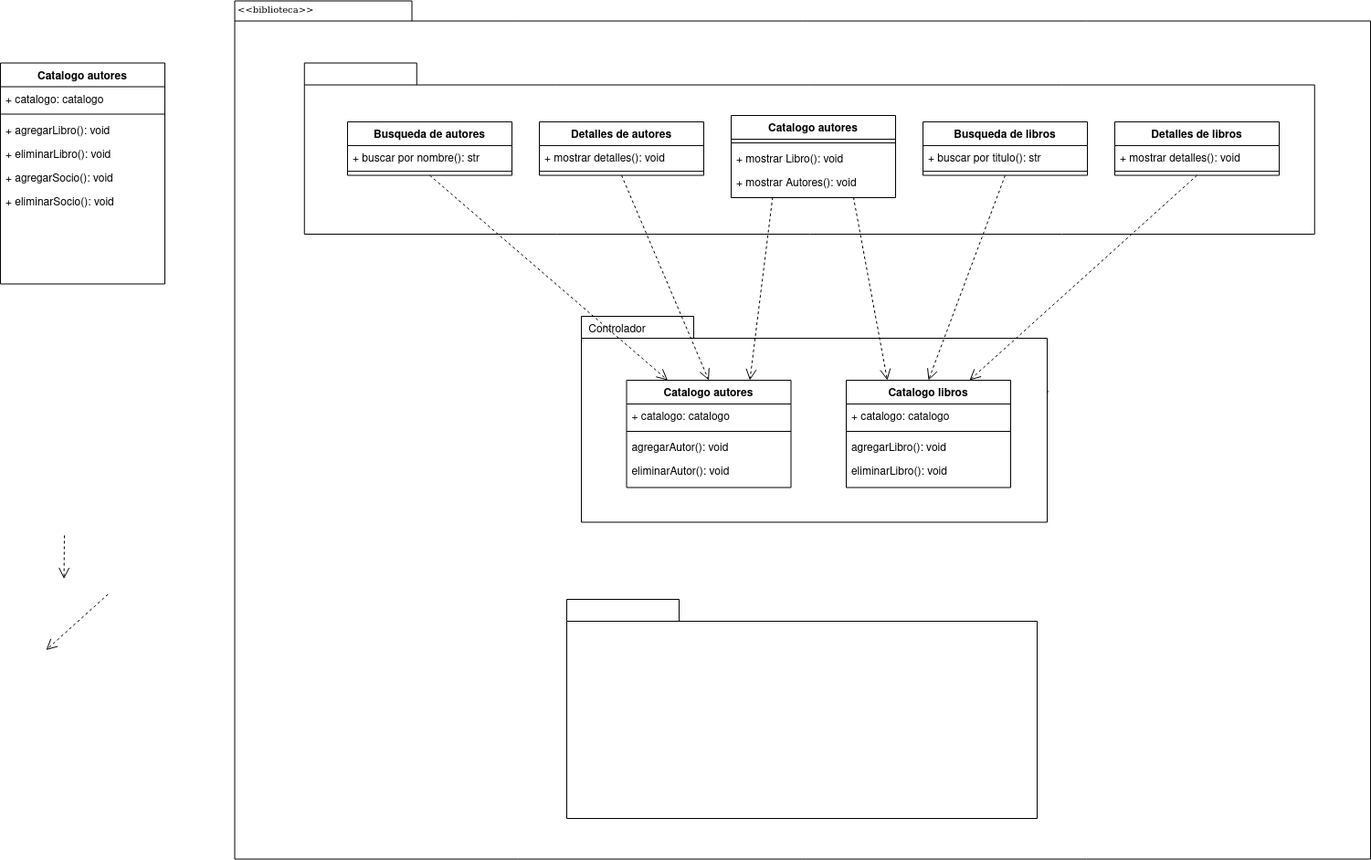
Chugani05/entorno_de_desarrollo keeps this draw.io diagram as diagramas/paquete/diagrama_paquete_gestion_biblioteca.png. Above is the earlier version. Source tidied: cells renumbered, new cells last; positions are measured from the earlier drawing's top-left corner, leaving out a move shared by most shapes.
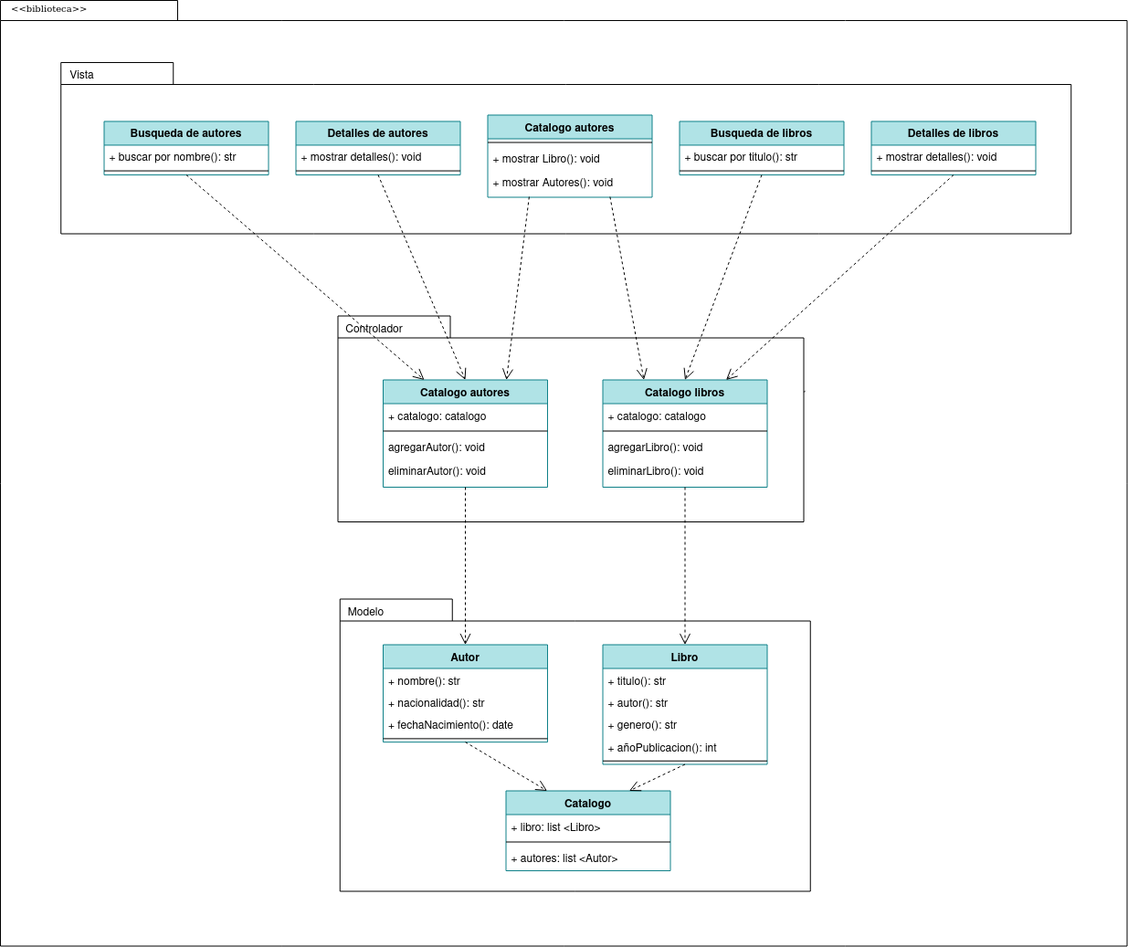
Later version of the same file.

Diff of the diagram source:
```diff
@@ -3,15 +3,15 @@
     <mxCell id="0" />
     <mxCell id="1" parent="0" />
     <mxCell id="2" style="shape=folder;fontStyle=1;spacingTop=10;tabWidth=194;tabHeight=22;tabPosition=left;html=1;rounded=0;shadow=0;comic=0;labelBackgroundColor=none;strokeWidth=1;fillColor=none;fontFamily=Verdana;fontSize=10;align=center;" parent="1" vertex="1">
-      <mxGeometry x="256.5" y="0.5" width="1243.5" height="940" as="geometry" />
+      <mxGeometry x="120" y="-34" width="1233.5" height="1035.5" as="geometry" />
     </mxCell>
-    <mxCell id="3" style="group;" parent="1" vertex="1">
-      <mxGeometry x="352.8" y="68.5" width="1086" height="187.5" as="geometry" />
+    <mxCell id="3" style="group;fillColor=none;" parent="1" vertex="1">
+      <mxGeometry x="206.2" y="34" width="1086" height="187.5" as="geometry" />
     </mxCell>
     <mxCell id="4" style="shape=folder;fontStyle=1;spacingTop=10;tabWidth=123;tabHeight=24;tabPosition=left;html=1;rounded=0;shadow=0;comic=0;labelBackgroundColor=none;strokeWidth=1;fontFamily=Verdana;fontSize=10;align=center;" parent="3" vertex="1">
       <mxGeometry x="-20" width="1106" height="187.5" as="geometry" />
     </mxCell>
-    <mxCell id="5" value="Busqueda de autores" style="swimlane;fontStyle=1;align=center;verticalAlign=top;horizontal=1;startSize=26;rounded=0;shadow=0;strokeWidth=1;" parent="3" vertex="1">
+    <mxCell id="5" value="Busqueda de autores" style="swimlane;fontStyle=1;align=center;verticalAlign=top;horizontal=1;startSize=26;rounded=0;shadow=0;strokeWidth=1;fillColor=#b0e3e6;strokeColor=#0e8088;" parent="3" vertex="1">
       <mxGeometry x="27.2" y="64.5" width="180" height="58.6" as="geometry" />
     </mxCell>
     <mxCell id="6" value="+ buscar por nombre(): str" style="text;align=left;verticalAlign=top;spacingLeft=4;spacingRight=4;overflow=hidden;" parent="5" vertex="1">
@@ -20,7 +20,7 @@
     <mxCell id="7" style="line;html=1;strokeWidth=1;align=left;verticalAlign=middle;spacingTop=-1;spacingLeft=3;spacingRight=3;labelPosition=right;" parent="5" vertex="1">
       <mxGeometry y="50.4" width="180" height="7.5" as="geometry" />
     </mxCell>
-    <mxCell id="8" value="Detalles de autores" style="swimlane;fontStyle=1;align=center;verticalAlign=top;horizontal=1;startSize=26;rounded=0;shadow=0;strokeWidth=1;" parent="3" vertex="1">
+    <mxCell id="8" value="Detalles de autores" style="swimlane;fontStyle=1;align=center;verticalAlign=top;horizontal=1;startSize=26;rounded=0;shadow=0;strokeWidth=1;fillColor=#b0e3e6;strokeColor=#0e8088;" parent="3" vertex="1">
       <mxGeometry x="237.2" y="64.5" width="180" height="58.6" as="geometry" />
     </mxCell>
     <mxCell id="9" value="+ mostrar detalles(): void" style="text;align=left;verticalAlign=top;spacingLeft=4;spacingRight=4;overflow=hidden;" parent="8" vertex="1">
@@ -29,7 +29,7 @@
     <mxCell id="10" style="line;html=1;strokeWidth=1;align=left;verticalAlign=middle;spacingTop=-1;spacingLeft=3;spacingRight=3;labelPosition=right;" parent="8" vertex="1">
       <mxGeometry y="50.4" width="180" height="7.5" as="geometry" />
     </mxCell>
-    <mxCell id="11" value="Busqueda de libros" style="swimlane;fontStyle=1;align=center;verticalAlign=top;horizontal=1;startSize=26;rounded=0;shadow=0;strokeWidth=1;" parent="3" vertex="1">
+    <mxCell id="11" value="Busqueda de libros" style="swimlane;fontStyle=1;align=center;verticalAlign=top;horizontal=1;startSize=26;rounded=0;shadow=0;strokeWidth=1;fillColor=#b0e3e6;strokeColor=#0e8088;" parent="3" vertex="1">
       <mxGeometry x="657.2" y="64.5" width="180" height="58.6" as="geometry" />
     </mxCell>
     <mxCell id="12" value="+ buscar por titulo(): str" style="text;align=left;verticalAlign=top;spacingLeft=4;spacingRight=4;overflow=hidden;" parent="11" vertex="1">
@@ -38,7 +38,7 @@
     <mxCell id="13" style="line;html=1;strokeWidth=1;align=left;verticalAlign=middle;spacingTop=-1;spacingLeft=3;spacingRight=3;labelPosition=right;" parent="11" vertex="1">
       <mxGeometry y="50.4" width="180" height="7.5" as="geometry" />
     </mxCell>
-    <mxCell id="14" value="Detalles de libros" style="swimlane;fontStyle=1;align=center;verticalAlign=top;horizontal=1;startSize=26;rounded=0;shadow=0;strokeWidth=1;" parent="3" vertex="1">
+    <mxCell id="14" value="Detalles de libros" style="swimlane;fontStyle=1;align=center;verticalAlign=top;horizontal=1;startSize=26;rounded=0;shadow=0;strokeWidth=1;fillColor=#b0e3e6;strokeColor=#0e8088;" parent="3" vertex="1">
       <mxGeometry x="867.2" y="64.5" width="180" height="58.6" as="geometry" />
     </mxCell>
     <mxCell id="15" value="+ mostrar detalles(): void" style="text;align=left;verticalAlign=top;spacingLeft=4;spacingRight=4;overflow=hidden;" parent="14" vertex="1">
@@ -47,34 +47,25 @@
     <mxCell id="16" style="line;html=1;strokeWidth=1;align=left;verticalAlign=middle;spacingTop=-1;spacingLeft=3;spacingRight=3;labelPosition=right;" parent="14" vertex="1">
       <mxGeometry y="50.4" width="180" height="7.5" as="geometry" />
     </mxCell>
+    <mxCell id="51" value="Vista" style="text;html=1;align=center;verticalAlign=middle;strokeColor=none;fillColor=none;" parent="3" vertex="1">
+      <mxGeometry x="-22.8" width="50" height="30" as="geometry" />
+    </mxCell>
     <mxCell id="17" style="shape=folder;fontStyle=1;spacingTop=10;tabWidth=123;tabHeight=24;tabPosition=left;html=1;rounded=0;shadow=0;comic=0;labelBackgroundColor=none;strokeColor=#000000;strokeWidth=1;fillColor=#ffffff;fontFamily=Verdana;fontSize=10;fontColor=#000000;align=center;" parent="1" vertex="1">
-      <mxGeometry x="620" y="656" width="515" height="240" as="geometry" />
+      <mxGeometry x="491.8" y="621.5" width="515" height="320" as="geometry" />
     </mxCell>
-    <mxCell id="18" style="edgeStyle=elbowEdgeStyle;rounded=0;html=1;entryX=0.559;entryY=0.251;entryPerimeter=0;dashed=1;labelBackgroundColor=none;startFill=0;endArrow=open;endFill=0;endSize=10;fontFamily=Verdana;fontSize=10;" parent="1" edge="1">
-      <mxGeometry relative="1" as="geometry">
-        <mxPoint x="70" y="586" as="sourcePoint" />
-        <mxPoint x="70.1" y="633.6" as="targetPoint" />
-      </mxGeometry>
-    </mxCell>
-    <mxCell id="19" style="edgeStyle=none;rounded=0;html=1;dashed=1;labelBackgroundColor=none;startFill=0;endArrow=open;endFill=0;endSize=10;fontFamily=Verdana;fontSize=10;entryX=1.013;entryY=0.444;entryPerimeter=0;" parent="1" edge="1">
-      <mxGeometry relative="1" as="geometry">
-        <mxPoint x="117.7" y="650.5" as="sourcePoint" />
-        <mxPoint x="50" y="711.5" as="targetPoint" />
-      </mxGeometry>
-    </mxCell>
     <mxCell id="20" style="edgeStyle=none;rounded=0;html=1;dashed=1;labelBackgroundColor=none;startFill=0;endArrow=open;endFill=0;endSize=10;fontFamily=Verdana;fontSize=10;exitX=1.003;exitY=0.363;exitPerimeter=0;" parent="1" edge="1" source="21">
       <mxGeometry relative="1" as="geometry">
-        <mxPoint x="1035.5" y="548.4" as="targetPoint" />
+        <mxPoint x="889" y="513.9" as="targetPoint" />
       </mxGeometry>
     </mxCell>
     <mxCell id="21" style="shape=folder;fontStyle=1;spacingTop=10;tabWidth=123;tabHeight=24;tabPosition=left;html=1;rounded=0;shadow=0;comic=0;labelBackgroundColor=none;strokeWidth=1;fontFamily=Verdana;fontSize=10;align=center;" parent="1" vertex="1">
-      <mxGeometry x="636" y="346" width="510" height="225.5" as="geometry" />
+      <mxGeometry x="489.5" y="311.5" width="510" height="225.5" as="geometry" />
     </mxCell>
     <mxCell id="22" value="&amp;lt;&amp;lt;biblioteca&amp;gt;&amp;gt;" style="text;html=1;align=left;verticalAlign=top;spacingTop=-4;fontSize=10;fontFamily=Verdana;" parent="1" vertex="1">
-      <mxGeometry x="257.5" y="0.5" width="130" height="20" as="geometry" />
+      <mxGeometry x="130" y="-34" width="130" height="20" as="geometry" />
     </mxCell>
-    <mxCell id="23" value="Catalogo autores" style="swimlane;fontStyle=1;align=center;verticalAlign=top;horizontal=1;startSize=26;rounded=0;shadow=0;strokeWidth=1;" parent="1" vertex="1">
-      <mxGeometry x="685.5" y="416" width="180" height="117.5" as="geometry" />
+    <mxCell id="23" value="Catalogo autores" style="swimlane;fontStyle=1;align=center;verticalAlign=top;horizontal=1;startSize=26;rounded=0;shadow=0;strokeWidth=1;fillColor=#b0e3e6;strokeColor=#0e8088;" parent="1" vertex="1">
+      <mxGeometry x="539" y="381.5" width="180" height="117.5" as="geometry" />
     </mxCell>
     <mxCell id="24" value="+ catalogo: catalogo" style="text;align=left;verticalAlign=top;spacingLeft=4;spacingRight=4;overflow=hidden;" parent="23" vertex="1">
       <mxGeometry y="26" width="180" height="26" as="geometry" />
@@ -88,29 +79,20 @@
     <mxCell id="27" value="eliminarAutor(): void" style="text;align=left;verticalAlign=top;spacingLeft=4;spacingRight=4;overflow=hidden;rounded=0;shadow=0;html=0;" parent="23" vertex="1">
       <mxGeometry y="86" width="180" height="26" as="geometry" />
     </mxCell>
-    <mxCell id="28" value="Catalogo autores" style="swimlane;fontStyle=1;align=center;verticalAlign=top;horizontal=1;startSize=26;rounded=0;shadow=0;strokeWidth=1;" parent="1" vertex="1">
-      <mxGeometry y="68.5" width="180" height="242" as="geometry" />
+    <mxCell id="28" value="Catalogo" style="swimlane;fontStyle=1;align=center;verticalAlign=top;horizontal=1;startSize=26;rounded=0;shadow=0;strokeWidth=1;fillColor=#b0e3e6;strokeColor=#0e8088;" parent="1" vertex="1">
+      <mxGeometry x="673.5" y="831.5" width="180" height="87.5" as="geometry" />
     </mxCell>
-    <mxCell id="29" value="+ catalogo: catalogo" style="text;align=left;verticalAlign=top;spacingLeft=4;spacingRight=4;overflow=hidden;" parent="28" vertex="1">
+    <mxCell id="29" value="+ libro: list &lt;Libro&gt;" style="text;align=left;verticalAlign=top;spacingLeft=4;spacingRight=4;overflow=hidden;" parent="28" vertex="1">
       <mxGeometry y="26" width="180" height="26" as="geometry" />
     </mxCell>
     <mxCell id="30" style="line;html=1;strokeWidth=1;align=left;verticalAlign=middle;spacingTop=-1;spacingLeft=3;spacingRight=3;labelPosition=right;" parent="28" vertex="1">
       <mxGeometry y="52" width="180" height="8" as="geometry" />
     </mxCell>
-    <mxCell id="31" value="+ agregarLibro(): void" style="text;align=left;verticalAlign=top;spacingLeft=4;spacingRight=4;overflow=hidden;rounded=0;shadow=0;html=0;" parent="28" vertex="1">
+    <mxCell id="31" value="+ autores: list &lt;Autor&gt;" style="text;align=left;verticalAlign=top;spacingLeft=4;spacingRight=4;overflow=hidden;rounded=0;shadow=0;html=0;" parent="28" vertex="1">
       <mxGeometry y="60" width="180" height="26" as="geometry" />
     </mxCell>
-    <mxCell id="32" value="+ eliminarLibro(): void" style="text;align=left;verticalAlign=top;spacingLeft=4;spacingRight=4;overflow=hidden;rounded=0;shadow=0;html=0;" parent="28" vertex="1">
-      <mxGeometry y="86" width="180" height="26" as="geometry" />
-    </mxCell>
-    <mxCell id="33" value="+ agregarSocio(): void" style="text;align=left;verticalAlign=top;spacingLeft=4;spacingRight=4;overflow=hidden;rounded=0;shadow=0;html=0;" parent="28" vertex="1">
-      <mxGeometry y="112" width="180" height="26" as="geometry" />
-    </mxCell>
-    <mxCell id="34" value="+ eliminarSocio(): void" style="text;align=left;verticalAlign=top;spacingLeft=4;spacingRight=4;overflow=hidden;rounded=0;shadow=0;html=0;" parent="28" vertex="1">
-      <mxGeometry y="138" width="180" height="26" as="geometry" />
-    </mxCell>
-    <mxCell id="35" value="Catalogo libros" style="swimlane;fontStyle=1;align=center;verticalAlign=top;horizontal=1;startSize=26;rounded=0;shadow=0;strokeWidth=1;" parent="1" vertex="1">
-      <mxGeometry x="926" y="416" width="180" height="117.5" as="geometry" />
+    <mxCell id="35" value="Catalogo libros" style="swimlane;fontStyle=1;align=center;verticalAlign=top;horizontal=1;startSize=26;rounded=0;shadow=0;strokeWidth=1;fillColor=#b0e3e6;strokeColor=#0e8088;" parent="1" vertex="1">
+      <mxGeometry x="779.5" y="381.5" width="180" height="117.5" as="geometry" />
     </mxCell>
     <mxCell id="36" value="+ catalogo: catalogo" style="text;align=left;verticalAlign=top;spacingLeft=4;spacingRight=4;overflow=hidden;" parent="35" vertex="1">
       <mxGeometry y="26" width="180" height="26" as="geometry" />
@@ -125,10 +107,10 @@
       <mxGeometry y="86" width="180" height="26" as="geometry" />
     </mxCell>
     <mxCell id="40" value="Controlador" style="text;html=1;align=center;verticalAlign=middle;strokeColor=none;fillColor=none;" parent="1" vertex="1">
-      <mxGeometry x="630" y="346" width="90" height="30" as="geometry" />
+      <mxGeometry x="483.5" y="311.5" width="90" height="30" as="geometry" />
     </mxCell>
-    <mxCell id="41" value="Catalogo autores" style="swimlane;fontStyle=1;align=center;verticalAlign=top;horizontal=1;startSize=26;rounded=0;shadow=0;strokeWidth=1;" parent="1" vertex="1">
-      <mxGeometry x="800" y="126" width="180" height="90" as="geometry" />
+    <mxCell id="41" value="Catalogo autores" style="swimlane;fontStyle=1;align=center;verticalAlign=top;horizontal=1;startSize=26;rounded=0;shadow=0;strokeWidth=1;fillColor=#b0e3e6;strokeColor=#0e8088;" parent="1" vertex="1">
+      <mxGeometry x="653.5" y="91.5" width="180" height="90" as="geometry" />
     </mxCell>
     <mxCell id="42" style="line;html=1;strokeWidth=1;align=left;verticalAlign=middle;spacingTop=-1;spacingLeft=3;spacingRight=3;labelPosition=right;" parent="41" vertex="1">
       <mxGeometry y="26" width="180" height="8" as="geometry" />
@@ -157,5 +139,53 @@
     <mxCell id="50" style="edgeStyle=none;rounded=0;html=1;dashed=1;labelBackgroundColor=none;startFill=0;endArrow=open;endFill=0;endSize=10;fontFamily=Verdana;fontSize=10;entryX=0.75;entryY=0;entryDx=0;entryDy=0;exitX=0.5;exitY=1;exitDx=0;exitDy=0;" parent="1" edge="1" source="14" target="35">
       <mxGeometry relative="1" as="geometry" />
     </mxCell>
+    <mxCell id="52" value="Autor&#10;" style="swimlane;fontStyle=1;align=center;verticalAlign=top;horizontal=1;startSize=26;rounded=0;shadow=0;strokeWidth=1;fillColor=#b0e3e6;strokeColor=#0e8088;" parent="1" vertex="1">
+      <mxGeometry x="539" y="671.5" width="180" height="106.6" as="geometry" />
+    </mxCell>
+    <mxCell id="53" value="+ nombre(): str" style="text;align=left;verticalAlign=top;spacingLeft=4;spacingRight=4;overflow=hidden;" parent="52" vertex="1">
+      <mxGeometry y="26" width="180" height="24.4" as="geometry" />
+    </mxCell>
+    <mxCell id="54" value="+ nacionalidad(): str" style="text;align=left;verticalAlign=top;spacingLeft=4;spacingRight=4;overflow=hidden;" parent="52" vertex="1">
+      <mxGeometry y="50.4" width="180" height="24.4" as="geometry" />
+    </mxCell>
+    <mxCell id="55" value="+ fechaNacimiento(): date" style="text;align=left;verticalAlign=top;spacingLeft=4;spacingRight=4;overflow=hidden;" parent="52" vertex="1">
+      <mxGeometry y="74.8" width="180" height="24.4" as="geometry" />
+    </mxCell>
+    <mxCell id="56" style="line;html=1;strokeWidth=1;align=left;verticalAlign=middle;spacingTop=-1;spacingLeft=3;spacingRight=3;labelPosition=right;" parent="52" vertex="1">
+      <mxGeometry y="99.1" width="180" height="7.5" as="geometry" />
+    </mxCell>
+    <mxCell id="57" value="Libro" style="swimlane;fontStyle=1;align=center;verticalAlign=top;horizontal=1;startSize=26;rounded=0;shadow=0;strokeWidth=1;fillColor=#b0e3e6;strokeColor=#0e8088;" parent="1" vertex="1">
+      <mxGeometry x="779.5" y="671.5" width="180" height="131" as="geometry" />
+    </mxCell>
+    <mxCell id="58" value="+ titulo(): str" style="text;align=left;verticalAlign=top;spacingLeft=4;spacingRight=4;overflow=hidden;" parent="57" vertex="1">
+      <mxGeometry y="26" width="180" height="24.4" as="geometry" />
+    </mxCell>
+    <mxCell id="59" value="+ autor(): str" style="text;align=left;verticalAlign=top;spacingLeft=4;spacingRight=4;overflow=hidden;" parent="57" vertex="1">
+      <mxGeometry y="50.4" width="180" height="24.4" as="geometry" />
+    </mxCell>
+    <mxCell id="60" value="+ genero(): str" style="text;align=left;verticalAlign=top;spacingLeft=4;spacingRight=4;overflow=hidden;" parent="57" vertex="1">
+      <mxGeometry y="74.8" width="180" height="24.4" as="geometry" />
+    </mxCell>
+    <mxCell id="61" value="+ añoPublicacion(): int" style="text;align=left;verticalAlign=top;spacingLeft=4;spacingRight=4;overflow=hidden;" parent="57" vertex="1">
+      <mxGeometry y="99.1" width="180" height="24.4" as="geometry" />
+    </mxCell>
+    <mxCell id="62" style="line;html=1;strokeWidth=1;align=left;verticalAlign=middle;spacingTop=-1;spacingLeft=3;spacingRight=3;labelPosition=right;" parent="57" vertex="1">
+      <mxGeometry y="123.5" width="180" height="7.5" as="geometry" />
+    </mxCell>
+    <mxCell id="63" style="edgeStyle=none;rounded=0;html=1;dashed=1;labelBackgroundColor=none;startFill=0;endArrow=open;endFill=0;endSize=10;fontFamily=Verdana;fontSize=10;entryX=0.5;entryY=0;exitX=0.5;exitY=1;exitDx=0;exitDy=0;entryDx=0;entryDy=0;" parent="1" edge="1" source="35" target="57">
+      <mxGeometry relative="1" as="geometry" />
+    </mxCell>
+    <mxCell id="19" style="edgeStyle=none;rounded=0;html=1;dashed=1;labelBackgroundColor=none;startFill=0;endArrow=open;endFill=0;endSize=10;fontFamily=Verdana;fontSize=10;entryX=0.5;entryY=0;exitX=0.5;exitY=1;exitDx=0;exitDy=0;entryDx=0;entryDy=0;" parent="1" edge="1" source="23" target="52">
+      <mxGeometry relative="1" as="geometry" />
+    </mxCell>
+    <mxCell id="64" value="Modelo" style="text;html=1;align=center;verticalAlign=middle;strokeColor=none;fillColor=none;" parent="1" vertex="1">
+      <mxGeometry x="489.5" y="621.5" width="60" height="30" as="geometry" />
+    </mxCell>
+    <mxCell id="65" style="edgeStyle=none;rounded=0;html=1;dashed=1;labelBackgroundColor=none;startFill=0;endArrow=open;endFill=0;endSize=10;fontFamily=Verdana;fontSize=10;entryX=0.25;entryY=0;exitX=0.5;exitY=1;exitDx=0;exitDy=0;entryDx=0;entryDy=0;" parent="1" edge="1" source="52" target="28">
+      <mxGeometry relative="1" as="geometry" />
+    </mxCell>
+    <mxCell id="66" style="edgeStyle=none;rounded=0;html=1;dashed=1;labelBackgroundColor=none;startFill=0;endArrow=open;endFill=0;endSize=10;fontFamily=Verdana;fontSize=10;entryX=0.75;entryY=0;exitX=0.5;exitY=1;exitDx=0;exitDy=0;entryDx=0;entryDy=0;" parent="1" edge="1" source="57" target="28">
+      <mxGeometry relative="1" as="geometry" />
+    </mxCell>
   </root>
 </mxGraphModel>
```
